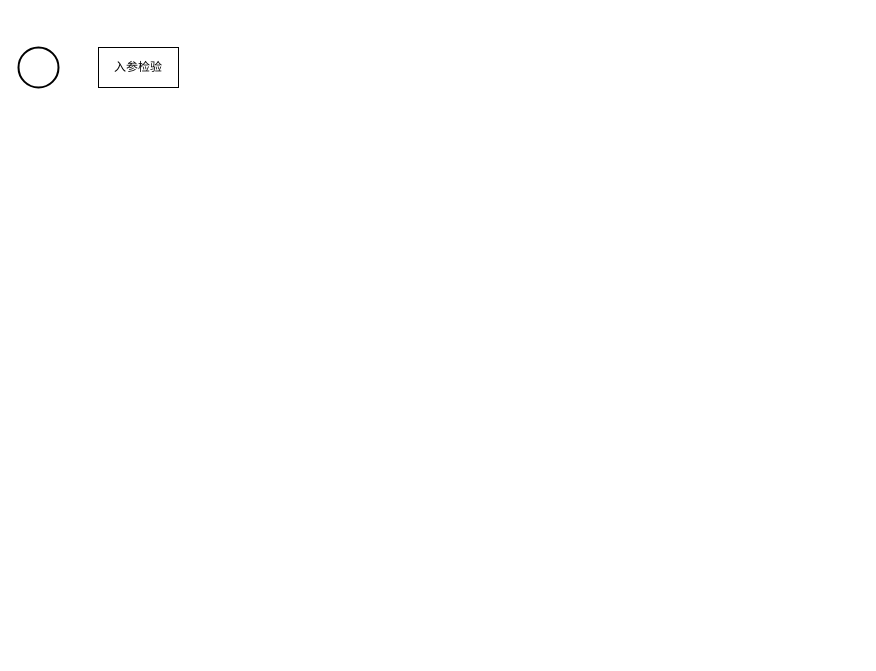
wuulaa/my-first-game keeps this draw.io diagram as pipeline.drawio. Above is the earlier version. Source tidied: cells renumbered, new cells numbered last; positions are measured from the earlier drawing's top-left corner, leaving out a move shared by most shapes. Both pictures are drawn from the tidied source at 100%, with x=0, y=0 at pixel (18, 47).
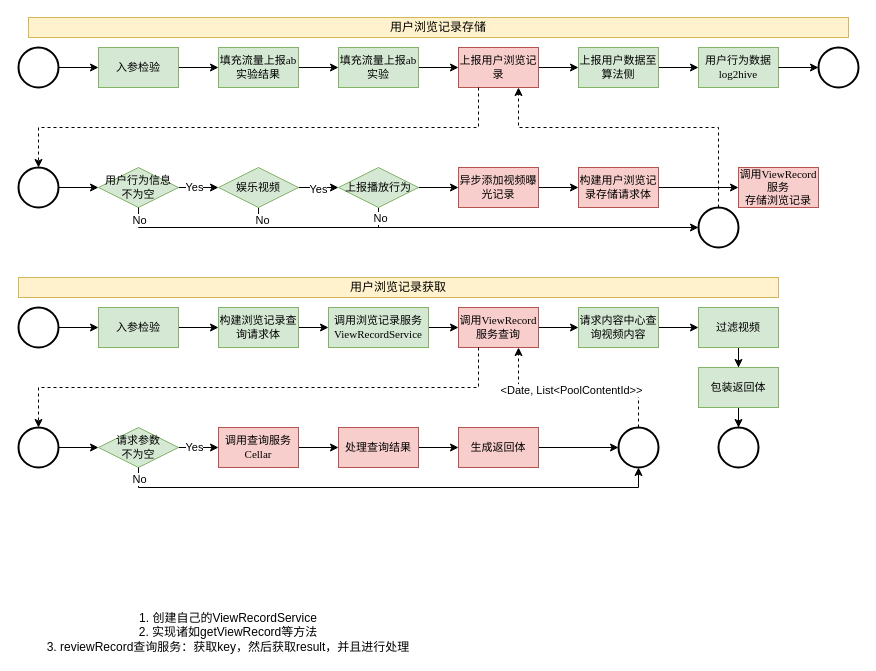
Above is the later version.

Diff of the diagram source:
```diff
@@
+    <mxCell id="4" style="edgeStyle=orthogonalEdgeStyle;rounded=0;jettySize=auto;html=1;entryX=0;entryY=0.5;entryDx=0;entryDy=0;" parent="1" edge="1" source="2" target="3">
+      <mxGeometry relative="1" as="geometry" />
+    </mxCell>
-    <mxCell id="2" style="strokeWidth=2;html=1;shape=mxgraph.flowchart.start_2;whiteSpace=wrap;" parent="1" vertex="1">
+    <mxCell id="2" style="strokeWidth=2;html=1;shape=mxgraph.flowchart.start_2;whiteSpace=wrap;fontFamily=Times New Roman;fontSize=11;" parent="1" vertex="1">
       <mxGeometry width="40" height="40" as="geometry" />
     </mxCell>
+    <mxCell id="5" style="edgeStyle=orthogonalEdgeStyle;rounded=0;jettySize=auto;html=1;entryX=0;entryY=0.5;entryDx=0;entryDy=0;" parent="1" edge="1" source="3" target="7">
+      <mxGeometry relative="1" as="geometry" />
+    </mxCell>
-    <mxCell id="3" value="入参检验" style="rounded=0;whiteSpace=wrap;html=1;" parent="1" vertex="1">
+    <mxCell id="3" value="入参检验" style="rounded=0;whiteSpace=wrap;html=1;fontFamily=Times New Roman;fontSize=11;fillColor=#d5e8d4;strokeColor=#82b366;" parent="1" vertex="1">
       <mxGeometry x="80" width="80" height="40" as="geometry" />
     </mxCell>
+    <mxCell id="6" style="edgeStyle=orthogonalEdgeStyle;rounded=0;jettySize=auto;html=1;" parent="1" edge="1" source="7" target="9">
+      <mxGeometry relative="1" as="geometry" />
+    </mxCell>
+    <mxCell id="7" value="填充流量上报ab实验结果" style="rounded=0;whiteSpace=wrap;html=1;fontFamily=Times New Roman;fontSize=11;fillColor=#d5e8d4;strokeColor=#82b366;" parent="1" vertex="1">
+      <mxGeometry x="200" width="80" height="40" as="geometry" />
+    </mxCell>
+    <mxCell id="8" style="edgeStyle=orthogonalEdgeStyle;rounded=0;jettySize=auto;html=1;" parent="1" edge="1" source="9" target="11">
+      <mxGeometry relative="1" as="geometry" />
+    </mxCell>
+    <mxCell id="9" value="填充流量上报ab实验" style="rounded=0;whiteSpace=wrap;html=1;fontFamily=Times New Roman;fontSize=11;fillColor=#d5e8d4;strokeColor=#82b366;" parent="1" vertex="1">
+      <mxGeometry x="320" width="80" height="40" as="geometry" />
+    </mxCell>
+    <mxCell id="10" style="edgeStyle=orthogonalEdgeStyle;rounded=0;jettySize=auto;html=1;entryX=0;entryY=0.5;entryDx=0;entryDy=0;" parent="1" edge="1" source="11" target="13">
+      <mxGeometry relative="1" as="geometry" />
+    </mxCell>
+    <mxCell id="11" value="上报用户浏览记录" style="rounded=0;whiteSpace=wrap;html=1;fillColor=#f8cecc;strokeColor=#b85450;fontFamily=Times New Roman;fontSize=11;" parent="1" vertex="1">
+      <mxGeometry x="440" width="80" height="40" as="geometry" />
+    </mxCell>
+    <mxCell id="12" style="edgeStyle=orthogonalEdgeStyle;rounded=0;jettySize=auto;html=1;entryX=0;entryY=0.5;entryDx=0;entryDy=0;" parent="1" edge="1" source="13" target="14">
+      <mxGeometry relative="1" as="geometry" />
+    </mxCell>
+    <mxCell id="13" value="上报用户数据至算法侧" style="rounded=0;whiteSpace=wrap;html=1;fontFamily=Times New Roman;fontSize=11;fillColor=#d5e8d4;strokeColor=#82b366;" parent="1" vertex="1">
+      <mxGeometry x="560" width="80" height="40" as="geometry" />
+    </mxCell>
+    <mxCell id="14" value="用户行为数据log2hive" style="rounded=0;whiteSpace=wrap;html=1;fontFamily=Times New Roman;fontSize=11;fillColor=#d5e8d4;strokeColor=#82b366;" parent="1" vertex="1">
+      <mxGeometry x="680" width="80" height="40" as="geometry" />
+    </mxCell>
+    <mxCell id="15" style="strokeWidth=2;html=1;shape=mxgraph.flowchart.start_2;whiteSpace=wrap;fontFamily=Times New Roman;fontSize=11;" parent="1" vertex="1">
+      <mxGeometry x="800" width="40" height="40" as="geometry" />
+    </mxCell>
+    <mxCell id="16" style="edgeStyle=orthogonalEdgeStyle;rounded=0;jettySize=auto;html=1;entryX=0;entryY=0.5;entryDx=0;entryDy=0;" parent="1" edge="1" source="17" target="20">
+      <mxGeometry relative="1" as="geometry" />
+    </mxCell>
+    <mxCell id="17" style="strokeWidth=2;html=1;shape=mxgraph.flowchart.start_2;whiteSpace=wrap;fontFamily=Times New Roman;fontSize=11;" parent="1" vertex="1">
+      <mxGeometry y="120" width="40" height="40" as="geometry" />
+    </mxCell>
+    <mxCell id="18" style="edgeStyle=orthogonalEdgeStyle;rounded=0;jettySize=auto;html=1;entryX=0;entryY=0.5;entryDx=0;entryDy=0;" parent="1" edge="1" source="20" target="25">
+      <mxGeometry relative="1" as="geometry" />
+    </mxCell>
+    <mxCell id="19" value="Yes" style="edgeLabel;html=1;align=center;verticalAlign=middle;" parent="18" vertex="1">
+      <mxGeometry x="-0.25" y="1" relative="1" as="geometry" />
+    </mxCell>
+    <mxCell id="20" value="用户行为信息&lt;div&gt;不为空&lt;/div&gt;" style="rhombus;whiteSpace=wrap;html=1;fontFamily=Times New Roman;fontSize=11;fillColor=#d5e8d4;strokeColor=#82b366;" parent="1" vertex="1">
+      <mxGeometry x="80" y="120" width="80" height="40" as="geometry" />
+    </mxCell>
+    <mxCell id="21" style="edgeStyle=orthogonalEdgeStyle;rounded=0;jettySize=auto;html=1;entryX=0;entryY=0.5;entryDx=0;entryDy=0;" parent="1" edge="1" source="25" target="29">
+      <mxGeometry relative="1" as="geometry" />
+    </mxCell>
+    <mxCell id="22" value="Yes" style="edgeLabel;html=1;align=center;verticalAlign=middle;" parent="21" vertex="1">
+      <mxGeometry x="-0.06" y="-1" relative="1" as="geometry" />
+    </mxCell>
+    <mxCell id="23" style="edgeStyle=orthogonalEdgeStyle;rounded=0;jettySize=auto;html=1;endArrow=none;endFill=0;" parent="1" edge="1" source="25">
+      <mxGeometry relative="1" as="geometry">
+        <mxPoint x="240" y="180" as="targetPoint" />
+      </mxGeometry>
+    </mxCell>
+    <mxCell id="24" value="No" style="edgeLabel;html=1;align=center;verticalAlign=middle;" parent="23" vertex="1">
+      <mxGeometry x="0.17" y="3" relative="1" as="geometry" />
+    </mxCell>
+    <mxCell id="25" value="娱乐视频" style="rhombus;whiteSpace=wrap;html=1;fontFamily=Times New Roman;fontSize=11;fillColor=#d5e8d4;strokeColor=#82b366;" parent="1" vertex="1">
+      <mxGeometry x="200" y="120" width="80" height="40" as="geometry" />
+    </mxCell>
+    <mxCell id="26" style="edgeStyle=orthogonalEdgeStyle;rounded=0;jettySize=auto;html=1;entryX=0;entryY=0.5;entryDx=0;entryDy=0;" parent="1" edge="1" source="29" target="31">
+      <mxGeometry relative="1" as="geometry" />
+    </mxCell>
+    <mxCell id="27" style="edgeStyle=orthogonalEdgeStyle;rounded=0;jettySize=auto;html=1;endArrow=none;endFill=0;" parent="1" edge="1" source="29">
+      <mxGeometry relative="1" as="geometry">
+        <mxPoint x="360" y="180" as="targetPoint" />
+      </mxGeometry>
+    </mxCell>
+    <mxCell id="28" value="No" style="edgeLabel;html=1;align=center;verticalAlign=middle;" parent="27" vertex="1">
+      <mxGeometry x="-0.05" y="1" relative="1" as="geometry" />
+    </mxCell>
+    <mxCell id="29" value="上报播放行为" style="rhombus;whiteSpace=wrap;html=1;fontFamily=Times New Roman;fontSize=11;fillColor=#d5e8d4;strokeColor=#82b366;" parent="1" vertex="1">
+      <mxGeometry x="320" y="120" width="80" height="40" as="geometry" />
+    </mxCell>
+    <mxCell id="30" style="edgeStyle=orthogonalEdgeStyle;rounded=0;jettySize=auto;html=1;" parent="1" edge="1" source="31" target="33">
+      <mxGeometry relative="1" as="geometry" />
+    </mxCell>
+    <mxCell id="31" value="异步添加视频曝光记录" style="rounded=0;whiteSpace=wrap;html=1;fontFamily=Times New Roman;fontSize=11;fillColor=#f8cecc;strokeColor=#b85450;" parent="1" vertex="1">
+      <mxGeometry x="440" y="120" width="80" height="40" as="geometry" />
+    </mxCell>
+    <mxCell id="32" style="edgeStyle=orthogonalEdgeStyle;rounded=0;jettySize=auto;html=1;entryX=0;entryY=0.5;entryDx=0;entryDy=0;" parent="1" edge="1" source="33" target="36">
+      <mxGeometry relative="1" as="geometry" />
+    </mxCell>
+    <mxCell id="33" value="构建用户浏览记录&lt;span style=&quot;background-color: initial;&quot;&gt;存储请求体&lt;/span&gt;" style="rounded=0;whiteSpace=wrap;html=1;fontFamily=Times New Roman;fontSize=11;fillColor=#f8cecc;strokeColor=#b85450;" parent="1" vertex="1">
+      <mxGeometry x="560" y="120" width="80" height="40" as="geometry" />
+    </mxCell>
+    <mxCell id="34" style="edgeStyle=orthogonalEdgeStyle;rounded=0;jettySize=auto;html=1;entryX=0.75;entryY=1;entryDx=0;entryDy=0;dashed=1;" parent="1" edge="1" source="35" target="11">
+      <mxGeometry relative="1" as="geometry">
+        <Array as="points">
+          <mxPoint x="700" y="80" />
+          <mxPoint x="500" y="80" />
+        </Array>
+      </mxGeometry>
+    </mxCell>
+    <mxCell id="35" style="strokeWidth=2;html=1;shape=mxgraph.flowchart.start_2;whiteSpace=wrap;fontFamily=Times New Roman;fontSize=11;" parent="1" vertex="1">
+      <mxGeometry x="680" y="160" width="40" height="40" as="geometry" />
+    </mxCell>
+    <mxCell id="36" value="调用ViewRecord服务&lt;div&gt;存储浏览记录&lt;/div&gt;" style="rounded=0;whiteSpace=wrap;html=1;fontFamily=Times New Roman;fontSize=11;fillColor=#f8cecc;strokeColor=#b85450;" parent="1" vertex="1">
+      <mxGeometry x="720" y="120" width="80" height="40" as="geometry" />
+    </mxCell>
+    <mxCell id="37" style="edgeStyle=orthogonalEdgeStyle;rounded=0;jettySize=auto;html=1;entryX=0;entryY=0.5;entryDx=0;entryDy=0;entryPerimeter=0;" parent="1" edge="1" source="14" target="15">
+      <mxGeometry relative="1" as="geometry" />
+    </mxCell>
+    <mxCell id="38" style="edgeStyle=orthogonalEdgeStyle;rounded=0;jettySize=auto;html=1;entryX=0;entryY=0.5;entryDx=0;entryDy=0;entryPerimeter=0;" parent="1" edge="1" source="20" target="35">
+      <mxGeometry relative="1" as="geometry">
+        <Array as="points">
+          <mxPoint x="120" y="180" />
+        </Array>
+      </mxGeometry>
+    </mxCell>
+    <mxCell id="39" value="No" style="edgeLabel;html=1;align=center;verticalAlign=middle;" parent="38" vertex="1">
+      <mxGeometry x="-0.96" relative="1" as="geometry" />
+    </mxCell>
+    <mxCell id="40" style="edgeStyle=orthogonalEdgeStyle;rounded=0;jettySize=auto;html=1;entryX=0.5;entryY=0;entryDx=0;entryDy=0;entryPerimeter=0;dashed=1;" parent="1" edge="1" source="11" target="17">
+      <mxGeometry relative="1" as="geometry">
+        <Array as="points">
+          <mxPoint x="460" y="80" />
+          <mxPoint x="20" y="80" />
+        </Array>
+      </mxGeometry>
+    </mxCell>
+    <mxCell id="41" style="edgeStyle=orthogonalEdgeStyle;rounded=0;jettySize=auto;html=1;entryX=0;entryY=0.5;entryDx=0;entryDy=0;" parent="1" edge="1" source="42" target="44">
+      <mxGeometry relative="1" as="geometry" />
+    </mxCell>
+    <mxCell id="42" style="strokeWidth=2;html=1;shape=mxgraph.flowchart.start_2;whiteSpace=wrap;fontFamily=Times New Roman;fontSize=11;" parent="1" vertex="1">
+      <mxGeometry y="260" width="40" height="40" as="geometry" />
+    </mxCell>
+    <mxCell id="43" style="edgeStyle=orthogonalEdgeStyle;rounded=0;jettySize=auto;html=1;entryX=0;entryY=0.5;entryDx=0;entryDy=0;" parent="1" edge="1" source="44" target="46">
+      <mxGeometry relative="1" as="geometry" />
+    </mxCell>
+    <mxCell id="44" value="入参检验" style="rounded=0;whiteSpace=wrap;html=1;fontFamily=Times New Roman;fontSize=11;fillColor=#d5e8d4;strokeColor=#82b366;" parent="1" vertex="1">
+      <mxGeometry x="80" y="260" width="80" height="40" as="geometry" />
+    </mxCell>
+    <mxCell id="45" style="edgeStyle=orthogonalEdgeStyle;rounded=0;jettySize=auto;html=1;" parent="1" edge="1" source="46" target="48">
+      <mxGeometry relative="1" as="geometry" />
+    </mxCell>
+    <mxCell id="46" value="构建浏览记录查询请求体" style="rounded=0;whiteSpace=wrap;html=1;fontFamily=Times New Roman;fontSize=11;fillColor=#d5e8d4;strokeColor=#82b366;" parent="1" vertex="1">
+      <mxGeometry x="200" y="260" width="80" height="40" as="geometry" />
+    </mxCell>
+    <mxCell id="47" style="edgeStyle=orthogonalEdgeStyle;rounded=0;jettySize=auto;html=1;" parent="1" edge="1" source="48" target="50">
+      <mxGeometry relative="1" as="geometry" />
+    </mxCell>
+    <mxCell id="48" value="调用浏览记录服务ViewRecordService" style="rounded=0;whiteSpace=wrap;html=1;fontFamily=Times New Roman;fontSize=11;fillColor=#d5e8d4;strokeColor=#82b366;" parent="1" vertex="1">
+      <mxGeometry x="310" y="260" width="100" height="40" as="geometry" />
+    </mxCell>
+    <mxCell id="49" style="edgeStyle=orthogonalEdgeStyle;rounded=0;jettySize=auto;html=1;entryX=0;entryY=0.5;entryDx=0;entryDy=0;" parent="1" edge="1" source="50" target="52">
+      <mxGeometry relative="1" as="geometry" />
+    </mxCell>
+    <mxCell id="50" value="调用ViewRecord服务查询" style="rounded=0;whiteSpace=wrap;html=1;fillColor=#f8cecc;strokeColor=#b85450;fontFamily=Times New Roman;fontSize=11;" parent="1" vertex="1">
+      <mxGeometry x="440" y="260" width="80" height="40" as="geometry" />
+    </mxCell>
+    <mxCell id="51" style="edgeStyle=orthogonalEdgeStyle;rounded=0;jettySize=auto;html=1;entryX=0;entryY=0.5;entryDx=0;entryDy=0;" parent="1" edge="1" source="52" target="54">
+      <mxGeometry relative="1" as="geometry" />
+    </mxCell>
+    <mxCell id="52" value="请求内容中心查询视频内容" style="rounded=0;whiteSpace=wrap;html=1;fontFamily=Times New Roman;fontSize=11;fillColor=#d5e8d4;strokeColor=#82b366;" parent="1" vertex="1">
+      <mxGeometry x="560" y="260" width="80" height="40" as="geometry" />
+    </mxCell>
+    <mxCell id="53" style="edgeStyle=orthogonalEdgeStyle;rounded=0;jettySize=auto;html=1;entryX=0.5;entryY=0;entryDx=0;entryDy=0;" parent="1" edge="1" source="54" target="76">
+      <mxGeometry relative="1" as="geometry" />
+    </mxCell>
+    <mxCell id="54" value="过滤视频" style="rounded=0;whiteSpace=wrap;html=1;fontFamily=Times New Roman;fontSize=11;fillColor=#d5e8d4;strokeColor=#82b366;" parent="1" vertex="1">
+      <mxGeometry x="680" y="260" width="80" height="40" as="geometry" />
+    </mxCell>
+    <mxCell id="55" style="edgeStyle=orthogonalEdgeStyle;rounded=0;jettySize=auto;html=1;entryX=0;entryY=0.5;entryDx=0;entryDy=0;" parent="1" edge="1" source="56" target="59">
+      <mxGeometry relative="1" as="geometry" />
+    </mxCell>
+    <mxCell id="56" style="strokeWidth=2;html=1;shape=mxgraph.flowchart.start_2;whiteSpace=wrap;fontFamily=Times New Roman;fontSize=11;" parent="1" vertex="1">
+      <mxGeometry y="380" width="40" height="40" as="geometry" />
+    </mxCell>
+    <mxCell id="57" style="edgeStyle=orthogonalEdgeStyle;rounded=0;jettySize=auto;html=1;entryX=0;entryY=0.5;entryDx=0;entryDy=0;" parent="1" edge="1" source="59">
+      <mxGeometry relative="1" as="geometry">
+        <mxPoint x="200" y="400" as="targetPoint" />
+      </mxGeometry>
+    </mxCell>
+    <mxCell id="58" value="Yes" style="edgeLabel;html=1;align=center;verticalAlign=middle;" parent="57" vertex="1">
+      <mxGeometry x="-0.25" y="1" relative="1" as="geometry" />
+    </mxCell>
+    <mxCell id="59" value="请求参数&lt;div&gt;不为空&lt;/div&gt;" style="rhombus;whiteSpace=wrap;html=1;fontFamily=Times New Roman;fontSize=11;fillColor=#d5e8d4;strokeColor=#82b366;" parent="1" vertex="1">
+      <mxGeometry x="80" y="380" width="80" height="40" as="geometry" />
+    </mxCell>
+    <mxCell id="60" style="edgeStyle=orthogonalEdgeStyle;rounded=0;jettySize=auto;html=1;entryX=0;entryY=0.5;entryDx=0;entryDy=0;entryPerimeter=0;" parent="1" edge="1" source="61" target="74">
+      <mxGeometry relative="1" as="geometry" />
+    </mxCell>
+    <mxCell id="61" value="生成返回体" style="rounded=0;whiteSpace=wrap;html=1;fontFamily=Times New Roman;fontSize=11;fillColor=#f8cecc;strokeColor=#b85450;" parent="1" vertex="1">
+      <mxGeometry x="440" y="380" width="80" height="40" as="geometry" />
+    </mxCell>
+    <mxCell id="62" style="edgeStyle=orthogonalEdgeStyle;rounded=0;jettySize=auto;html=1;entryX=0.5;entryY=1;entryDx=0;entryDy=0;entryPerimeter=0;" parent="1" edge="1" source="59" target="74">
+      <mxGeometry relative="1" as="geometry">
+        <Array as="points">
+          <mxPoint x="120" y="440" />
+          <mxPoint x="620" y="440" />
+        </Array>
+      </mxGeometry>
+    </mxCell>
+    <mxCell id="63" value="No" style="edgeLabel;html=1;align=center;verticalAlign=middle;" parent="62" vertex="1">
+      <mxGeometry x="-0.96" relative="1" as="geometry" />
+    </mxCell>
+    <mxCell id="64" style="edgeStyle=orthogonalEdgeStyle;rounded=0;jettySize=auto;html=1;entryX=0.5;entryY=0;entryDx=0;entryDy=0;entryPerimeter=0;dashed=1;" parent="1" edge="1" source="50" target="56">
+      <mxGeometry relative="1" as="geometry">
+        <Array as="points">
+          <mxPoint x="460" y="340" />
+          <mxPoint x="20" y="340" />
+        </Array>
+      </mxGeometry>
+    </mxCell>
+    <mxCell id="65" value="用户浏览记录存储" style="text;html=1;align=center;verticalAlign=middle;whiteSpace=wrap;rounded=0;fillColor=#fff2cc;strokeColor=#d6b656;" parent="1" vertex="1">
+      <mxGeometry x="10" y="-30" width="820" height="20" as="geometry" />
+    </mxCell>
+    <mxCell id="66" value="用户浏览记录获取" style="text;html=1;align=center;verticalAlign=middle;whiteSpace=wrap;rounded=0;fillColor=#fff2cc;strokeColor=#d6b656;" parent="1" vertex="1">
+      <mxGeometry y="230" width="760" height="20" as="geometry" />
+    </mxCell>
+    <mxCell id="67" value="1. 创建自己的ViewRecordService&lt;div&gt;2. 实现诸如getViewRecord等方法&lt;/div&gt;&lt;div&gt;3. reviewRecord查询服务：获取key，然后获取result，并且进行处理&lt;/div&gt;" style="text;html=1;align=center;verticalAlign=middle;whiteSpace=wrap;rounded=0;" parent="1" vertex="1">
+      <mxGeometry x="20" y="570" width="380" height="30" as="geometry" />
+    </mxCell>
+    <mxCell id="68" style="edgeStyle=orthogonalEdgeStyle;rounded=0;jettySize=auto;html=1;entryX=0;entryY=0.5;entryDx=0;entryDy=0;" parent="1" edge="1" source="69" target="71">
+      <mxGeometry relative="1" as="geometry" />
+    </mxCell>
+    <mxCell id="69" value="调用查询服务&lt;div&gt;Cellar&lt;/div&gt;" style="rounded=0;whiteSpace=wrap;html=1;fontFamily=Times New Roman;fontSize=11;fillColor=#f8cecc;strokeColor=#b85450;" parent="1" vertex="1">
+      <mxGeometry x="200" y="380" width="80" height="40" as="geometry" />
+    </mxCell>
+    <mxCell id="70" style="edgeStyle=orthogonalEdgeStyle;rounded=0;jettySize=auto;html=1;entryX=0;entryY=0.5;entryDx=0;entryDy=0;" parent="1" edge="1" source="71" target="61">
+      <mxGeometry relative="1" as="geometry" />
+    </mxCell>
+    <mxCell id="71" value="处理查询结果" style="rounded=0;whiteSpace=wrap;html=1;fontFamily=Times New Roman;fontSize=11;fillColor=#f8cecc;strokeColor=#b85450;" parent="1" vertex="1">
+      <mxGeometry x="320" y="380" width="80" height="40" as="geometry" />
+    </mxCell>
+    <mxCell id="72" style="edgeStyle=orthogonalEdgeStyle;rounded=0;jettySize=auto;html=1;entryX=0.75;entryY=1;entryDx=0;entryDy=0;dashed=1;" parent="1" edge="1" source="74" target="50">
+      <mxGeometry relative="1" as="geometry">
+        <Array as="points">
+          <mxPoint x="620" y="340" />
+          <mxPoint x="500" y="340" />
+        </Array>
+      </mxGeometry>
+    </mxCell>
+    <mxCell id="73" value="&amp;lt;Date, List&amp;lt;PoolContentId&amp;gt;&amp;gt;" style="edgeLabel;html=1;align=center;verticalAlign=middle;" parent="72" vertex="1">
+      <mxGeometry x="0.08" y="2" relative="1" as="geometry" />
+    </mxCell>
+    <mxCell id="74" style="strokeWidth=2;html=1;shape=mxgraph.flowchart.start_2;whiteSpace=wrap;fontFamily=Times New Roman;fontSize=11;" parent="1" vertex="1">
+      <mxGeometry x="600" y="380" width="40" height="40" as="geometry" />
+    </mxCell>
+    <mxCell id="75" style="edgeStyle=orthogonalEdgeStyle;rounded=0;jettySize=auto;html=1;" parent="1" edge="1" source="76" target="77">
+      <mxGeometry relative="1" as="geometry" />
+    </mxCell>
+    <mxCell id="76" value="包装返回体" style="rounded=0;whiteSpace=wrap;html=1;fontFamily=Times New Roman;fontSize=11;fillColor=#d5e8d4;strokeColor=#82b366;" parent="1" vertex="1">
+      <mxGeometry x="680" y="320" width="80" height="40" as="geometry" />
+    </mxCell>
+    <mxCell id="77" style="strokeWidth=2;html=1;shape=mxgraph.flowchart.start_2;whiteSpace=wrap;fontFamily=Times New Roman;fontSize=11;" parent="1" vertex="1">
+      <mxGeometry x="700" y="380" width="40" height="40" as="geometry" />
+    </mxCell>
```
